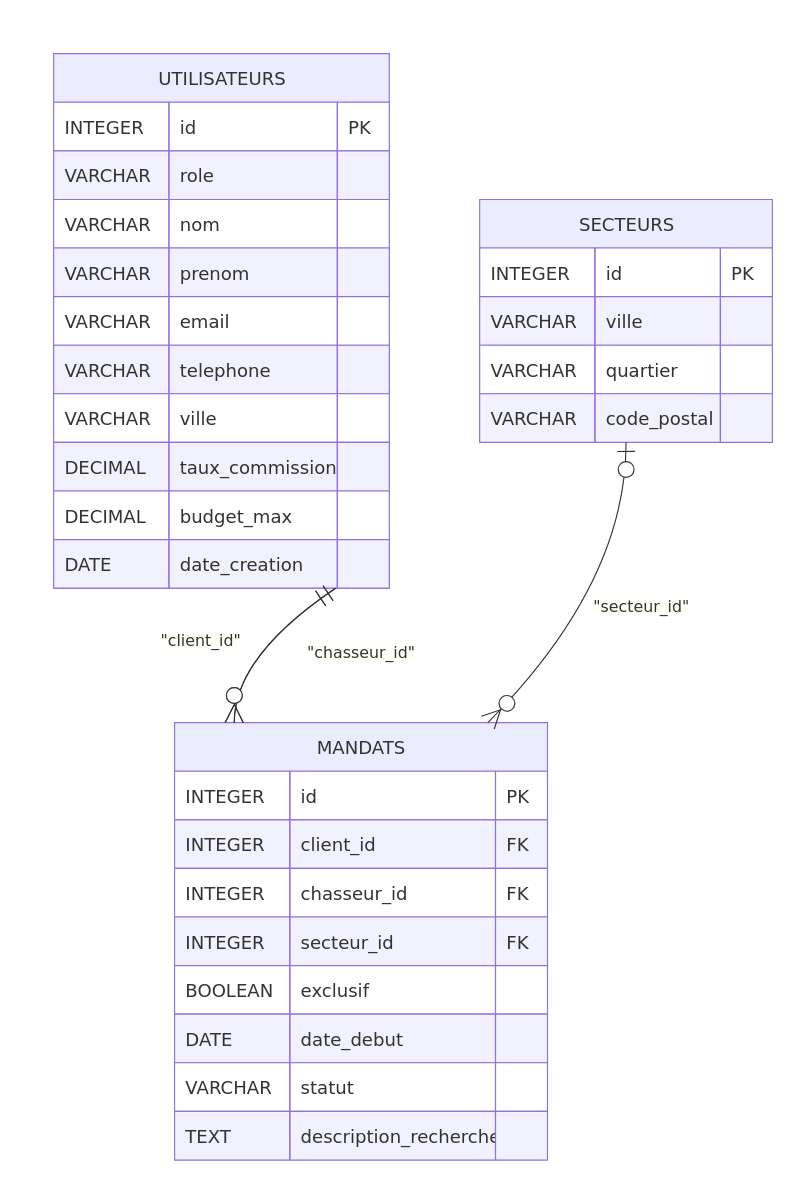
This is 01-audit/cartographie-existant.drawio from belka34090/match-immo-individuel-belkacem, a draw.io file, before an edit. Source tidied: cells renumbered, new cells numbered last; positions are measured from the earlier drawing's top-left corner, leaving out a move shared by most shapes. Both pictures are drawn from the tidied source at 113%, with x=0, y=0 at pixel (19, 19).
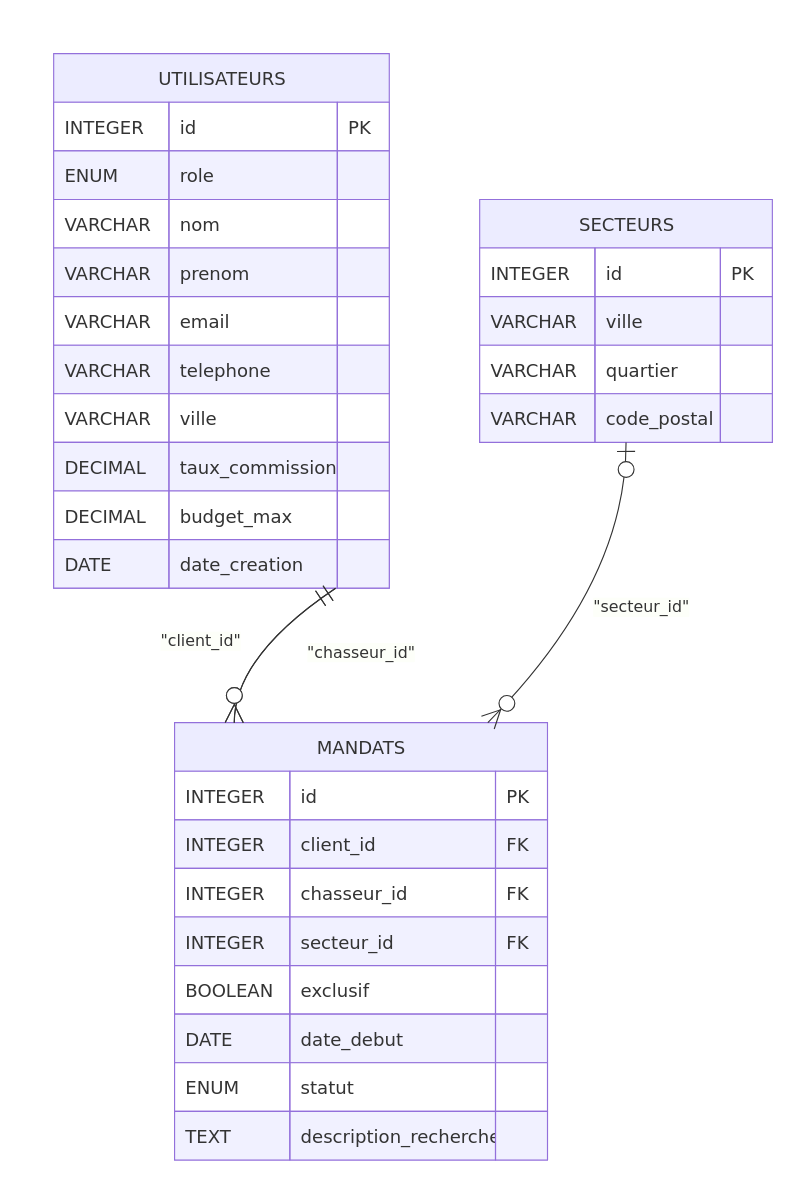
The same page after the edit.

The change refers to these unchanged cells:
```xml
<mxCell id="8" style="shape=tableRow;horizontal=0;startSize=0;swimlaneHead=0;swimlaneBody=1;fillColor=light-dark(#F1F1FF,#1f2020);strokeColor=inherit;strokeWidth=1;top=0;left=0;right=0;bottom=0;" parent="3" vertex="1">
  <mxGeometry y="86" width="297" height="43" as="geometry" />
</mxCell>
<mxCell id="69" style="shape=tableRow;horizontal=0;startSize=0;swimlaneHead=0;swimlaneBody=1;fillColor=light-dark(#ffffff,#1f2020);strokeColor=inherit;strokeWidth=1;top=0;left=0;right=0;bottom=0;" parent="44" vertex="1">
  <mxGeometry y="301" width="330" height="43" as="geometry" />
</mxCell>
```

What changed in the source:
```diff
@@
-    <mxCell id="9" value="VARCHAR" style="shape=partialRectangle;fillColor=none;strokeColor=light-dark(#9370DB,#cccccc);strokeWidth=1;fontColor=light-dark(#333333,#cccccc);fontFamily=Trebuchet MS,Verdana,Arial,sans-serif;top=1;left=1;bottom=1;right=1;align=left;spacingLeft=8;overflow=hidden;fontSize=16;" parent="8" vertex="1">
+    <mxCell id="9" value="ENUM" style="shape=partialRectangle;fillColor=none;strokeColor=light-dark(#9370DB,#cccccc);strokeWidth=1;fontColor=light-dark(#333333,#cccccc);fontFamily=Trebuchet MS,Verdana,Arial,sans-serif;top=1;left=1;bottom=1;right=1;align=left;spacingLeft=8;overflow=hidden;fontSize=16;" parent="8" vertex="1">
       <mxGeometry width="102" height="43" as="geometry" />
     </mxCell>
@@
-    <mxCell id="70" value="VARCHAR" style="shape=partialRectangle;fillColor=none;strokeColor=light-dark(#9370DB,#cccccc);strokeWidth=1;fontColor=light-dark(#333333,#cccccc);fontFamily=Trebuchet MS,Verdana,Arial,sans-serif;top=1;left=1;bottom=1;right=1;align=left;spacingLeft=8;overflow=hidden;fontSize=16;" parent="69" vertex="1">
+    <mxCell id="70" value="ENUM" style="shape=partialRectangle;fillColor=none;strokeColor=light-dark(#9370DB,#cccccc);strokeWidth=1;fontColor=light-dark(#333333,#cccccc);fontFamily=Trebuchet MS,Verdana,Arial,sans-serif;top=1;left=1;bottom=1;right=1;align=left;spacingLeft=8;overflow=hidden;fontSize=16;" parent="69" vertex="1">
       <mxGeometry width="102" height="43" as="geometry" />
     </mxCell>
```
